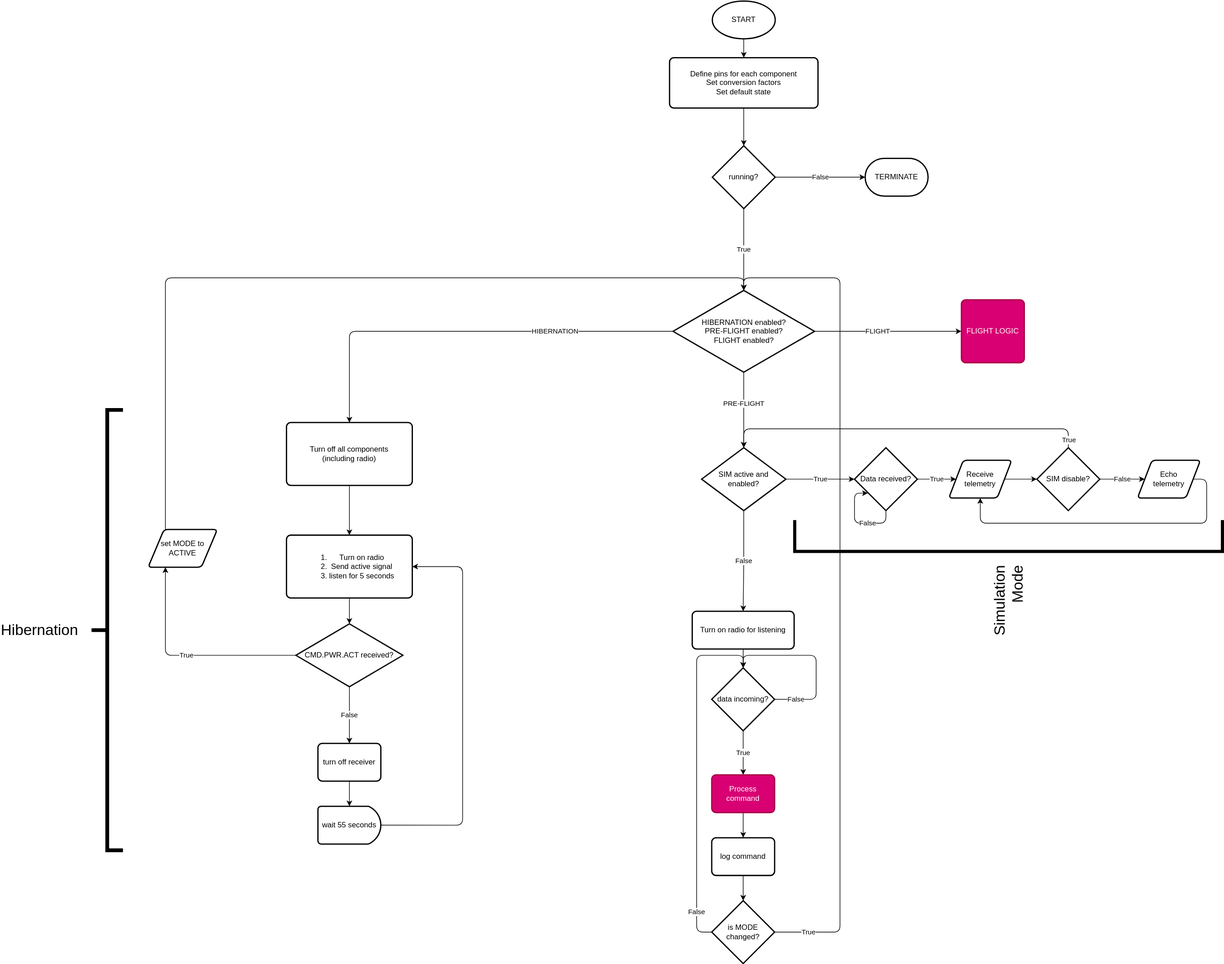
Earlier version of the draw.io export Flowcharts/KACAT_flightController.drawio.svg (adamBacso/PARSEC_CODE). Source tidied: cells renumbered, new cells last; positions are measured from the earlier drawing's top-left corner, leaving out a move shared by most shapes.
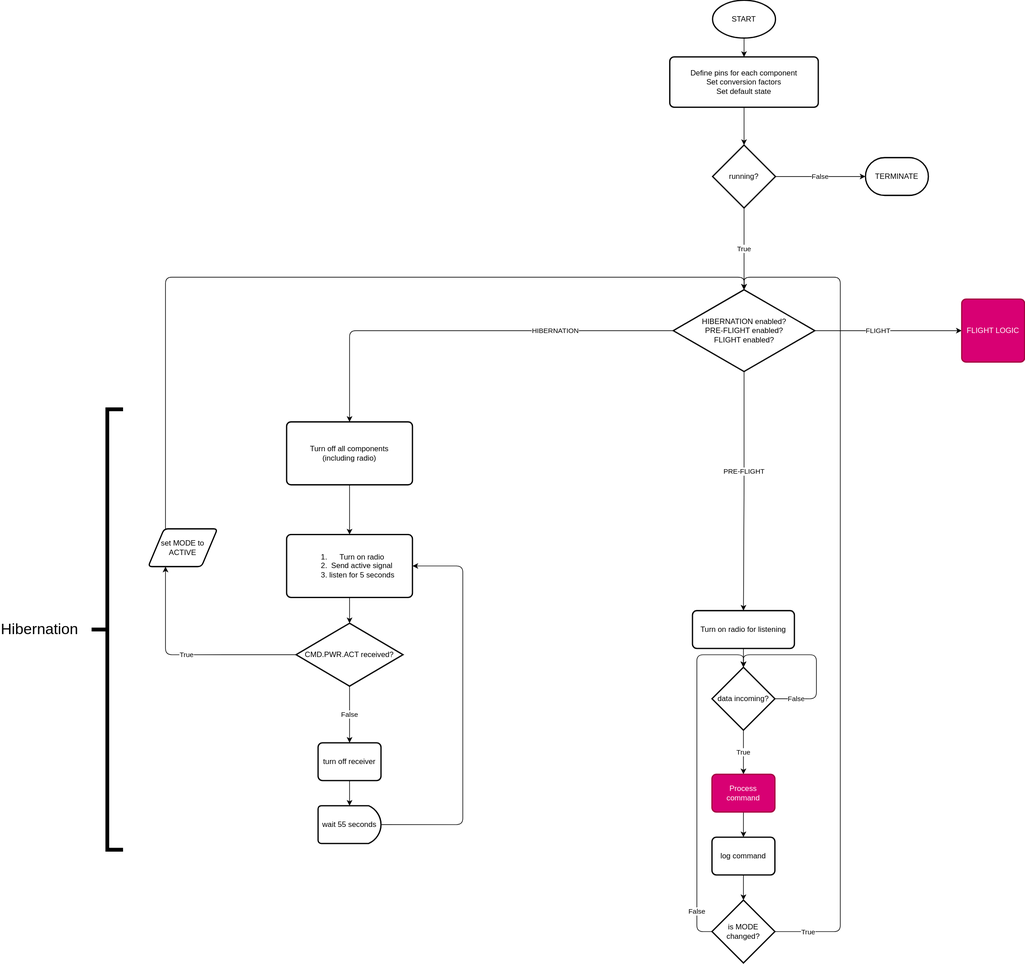
Above is the later version.

Commit message:
add commands and update comms protocol remove SIM mode from pre-flight logic

Change to the diagram source:
```diff
@@ -26,72 +26,10 @@
     <mxCell id="9" style="edgeStyle=orthogonalEdgeStyle;rounded=1;jettySize=auto;html=1;exitX=0.5;exitY=1;exitDx=0;exitDy=0;entryX=0.5;entryY=0;entryDx=0;entryDy=0;entryPerimeter=0;" parent="1" edge="1" source="4" target="7">
       <mxGeometry relative="1" as="geometry" />
     </mxCell>
-    <mxCell id="10" value="True&lt;br&gt;" style="edgeStyle=orthogonalEdgeStyle;rounded=1;jettySize=auto;html=1;exitX=1;exitY=0.5;exitDx=0;exitDy=0;exitPerimeter=0;entryX=0;entryY=0.5;entryDx=0;entryDy=0;entryPerimeter=0;" parent="1" edge="1" source="12" target="14">
-      <mxGeometry relative="1" as="geometry" />
-    </mxCell>
-    <mxCell id="11" value="False&lt;br&gt;" style="edgeStyle=orthogonalEdgeStyle;jettySize=auto;html=1;exitX=0.5;exitY=1;exitDx=0;exitDy=0;exitPerimeter=0;entryX=0.5;entryY=0;entryDx=0;entryDy=0;" parent="1" edge="1" source="12" target="43">
-      <mxGeometry relative="1" as="geometry" />
-    </mxCell>
-    <mxCell id="12" value="SIM active and enabled?" style="strokeWidth=2;html=1;shape=mxgraph.flowchart.decision;whiteSpace=wrap;rounded=1;" parent="1" vertex="1">
-      <mxGeometry x="970" y="710" width="134" height="100" as="geometry" />
-    </mxCell>
-    <mxCell id="13" value="True" style="edgeStyle=orthogonalEdgeStyle;rounded=1;jettySize=auto;html=1;exitX=1;exitY=0.5;exitDx=0;exitDy=0;exitPerimeter=0;entryX=0;entryY=0.5;entryDx=0;entryDy=0;" parent="1" edge="1" source="14" target="17">
-      <mxGeometry relative="1" as="geometry" />
-    </mxCell>
-    <mxCell id="14" value="Data received?" style="strokeWidth=2;html=1;shape=mxgraph.flowchart.decision;whiteSpace=wrap;rounded=1;" parent="1" vertex="1">
-      <mxGeometry x="1213" y="710" width="100" height="100" as="geometry" />
-    </mxCell>
-    <mxCell id="15" value="False" style="edgeStyle=orthogonalEdgeStyle;rounded=1;orthogonalLoop=1;jettySize=auto;html=1;exitX=0.5;exitY=1;exitDx=0;exitDy=0;exitPerimeter=0;entryX=0.213;entryY=0.723;entryDx=0;entryDy=0;entryPerimeter=0;" parent="1" edge="1" source="14" target="14">
-      <mxGeometry x="-0.3" relative="1" as="geometry">
-        <Array as="points">
-          <mxPoint x="1263" y="830" />
-          <mxPoint x="1213" y="830" />
-          <mxPoint x="1213" y="782" />
-        </Array>
-      </mxGeometry>
-    </mxCell>
-    <mxCell id="16" style="edgeStyle=orthogonalEdgeStyle;rounded=1;jettySize=auto;html=1;entryX=0;entryY=0.5;entryDx=0;entryDy=0;entryPerimeter=0;" parent="1" edge="1" source="17" target="21">
-      <mxGeometry relative="1" as="geometry" />
-    </mxCell>
-    <mxCell id="17" value="Receive&lt;br&gt;telemetry" style="shape=parallelogram;html=1;strokeWidth=2;perimeter=parallelogramPerimeter;whiteSpace=wrap;rounded=1;arcSize=12;size=0.23;" parent="1" vertex="1">
-      <mxGeometry x="1363" y="730" width="100" height="60" as="geometry" />
-    </mxCell>
-    <mxCell id="18" style="edgeStyle=orthogonalEdgeStyle;rounded=1;jettySize=auto;html=1;exitX=1;exitY=0.5;exitDx=0;exitDy=0;entryX=0.5;entryY=1;entryDx=0;entryDy=0;" parent="1" edge="1" source="19" target="17">
-      <mxGeometry relative="1" as="geometry">
-        <Array as="points">
-          <mxPoint x="1773" y="760" />
-          <mxPoint x="1773" y="830" />
-          <mxPoint x="1413" y="830" />
-        </Array>
-      </mxGeometry>
-    </mxCell>
-    <mxCell id="19" value="Echo&lt;br&gt;telemetry" style="shape=parallelogram;html=1;strokeWidth=2;perimeter=parallelogramPerimeter;whiteSpace=wrap;rounded=1;arcSize=12;size=0.23;" parent="1" vertex="1">
-      <mxGeometry x="1663" y="730" width="100" height="60" as="geometry" />
-    </mxCell>
-    <mxCell id="20" value="False" style="edgeStyle=orthogonalEdgeStyle;rounded=1;jettySize=auto;html=1;exitX=1;exitY=0.5;exitDx=0;exitDy=0;exitPerimeter=0;entryX=0;entryY=0.5;entryDx=0;entryDy=0;" parent="1" edge="1" source="21" target="19">
-      <mxGeometry relative="1" as="geometry" />
-    </mxCell>
-    <mxCell id="21" value="SIM disable?" style="strokeWidth=2;html=1;shape=mxgraph.flowchart.decision;whiteSpace=wrap;rounded=1;" parent="1" vertex="1">
-      <mxGeometry x="1503" y="710" width="100" height="100" as="geometry" />
-    </mxCell>
-    <mxCell id="22" style="edgeStyle=orthogonalEdgeStyle;rounded=1;jettySize=auto;html=1;exitX=0.5;exitY=0;exitDx=0;exitDy=0;exitPerimeter=0;entryX=0.5;entryY=0;entryDx=0;entryDy=0;entryPerimeter=0;" parent="1" edge="1" source="21" target="12">
-      <mxGeometry relative="1" as="geometry">
-        <Array as="points">
-          <mxPoint x="1553" y="680" />
-          <mxPoint x="1037" y="680" />
-        </Array>
-      </mxGeometry>
-    </mxCell>
-    <mxCell id="23" value="True&lt;br&gt;" style="edgeLabel;html=1;align=center;verticalAlign=middle;rounded=1;" parent="22" vertex="1">
-      <mxGeometry x="-0.96" relative="1" as="geometry" />
-    </mxCell>
-    <mxCell id="24" value="Simulation Mode" style="strokeWidth=5;html=1;shape=mxgraph.flowchart.annotation_1;align=right;rotation=-90;whiteSpace=wrap;textDirection=ltr;labelPosition=left;verticalLabelPosition=middle;verticalAlign=middle;spacingRight=20;fontSize=24;horizontal=1;rounded=1;perimeterSpacing=0;" parent="1" vertex="1">
-      <mxGeometry x="1433" y="510" width="50" height="680" as="geometry" />
-    </mxCell>
     <mxCell id="25" value="HIBERNATION" style="edgeStyle=orthogonalEdgeStyle;rounded=1;jettySize=auto;html=1;exitX=0;exitY=0.5;exitDx=0;exitDy=0;exitPerimeter=0;entryX=0.5;entryY=0;entryDx=0;entryDy=0;" parent="1" edge="1" source="28" target="30">
       <mxGeometry x="-0.43" relative="1" as="geometry" />
     </mxCell>
-    <mxCell id="26" value="PRE-FLIGHT" style="edgeStyle=orthogonalEdgeStyle;rounded=1;jettySize=auto;html=1;exitX=0.5;exitY=1;exitDx=0;exitDy=0;exitPerimeter=0;entryX=0.5;entryY=0;entryDx=0;entryDy=0;entryPerimeter=0;" parent="1" edge="1" source="28" target="12">
+    <mxCell id="26" value="PRE-FLIGHT" style="edgeStyle=orthogonalEdgeStyle;rounded=1;jettySize=auto;html=1;exitX=0.5;exitY=1;exitDx=0;exitDy=0;exitPerimeter=0;entryX=0.5;entryY=0;entryDx=0;entryDy=0;" parent="1" edge="1" source="28" target="43">
       <mxGeometry x="-0.17" relative="1" as="geometry" />
     </mxCell>
     <mxCell id="27" value="FLIGHT&lt;br&gt;" style="edgeStyle=orthogonalEdgeStyle;rounded=0;jettySize=auto;html=1;exitX=1;exitY=0.5;exitDx=0;exitDy=0;exitPerimeter=0;" parent="1" edge="1" source="28" target="56">
```
